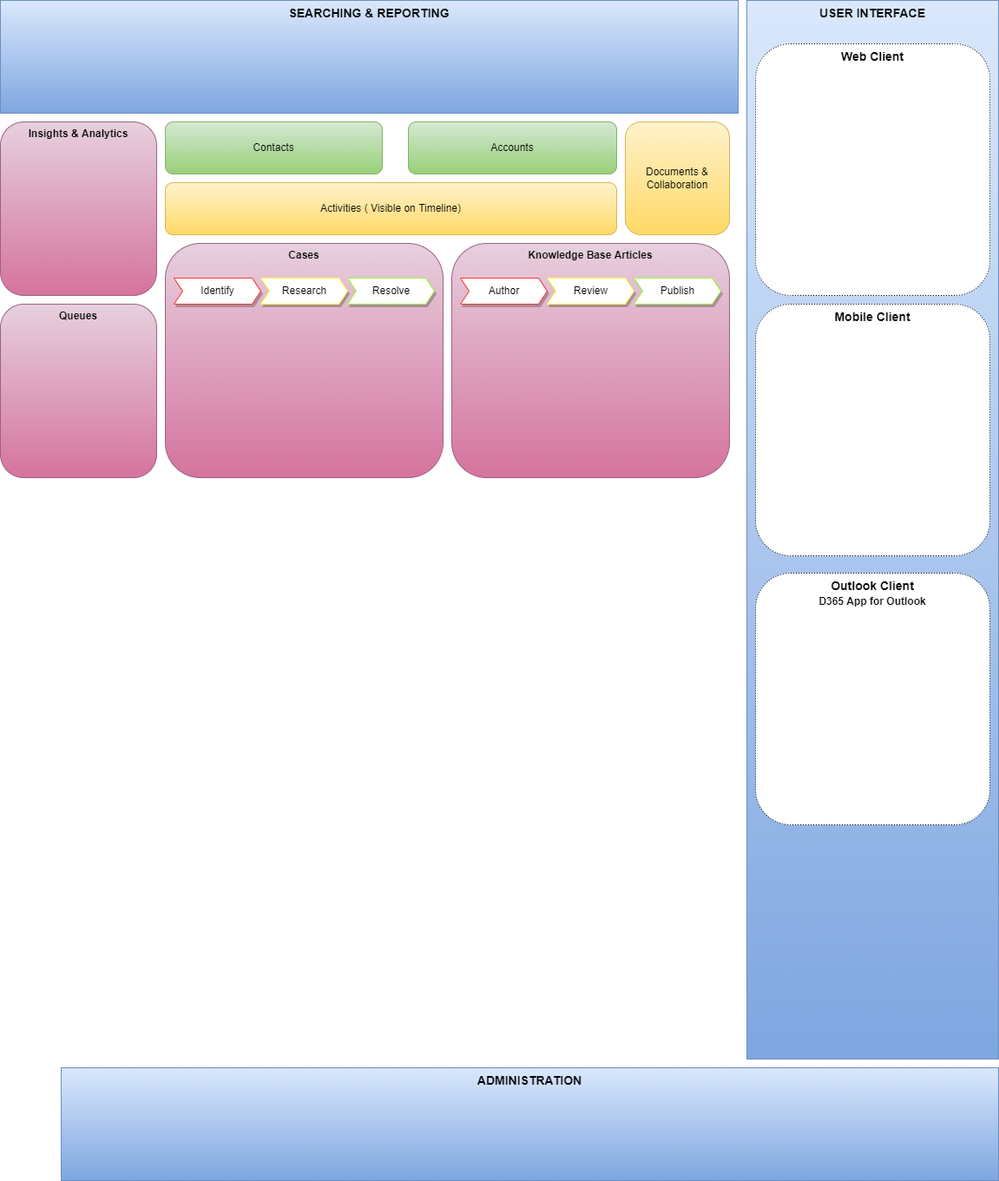
Above: Diagrams/D365CustomerService.drawio.png in 365Proz/365Proz_Resources (draw.io), before the change. Source tidied: cells renumbered, new cells last; positions are measured from the earlier drawing's top-left corner, leaving out a move shared by most shapes.
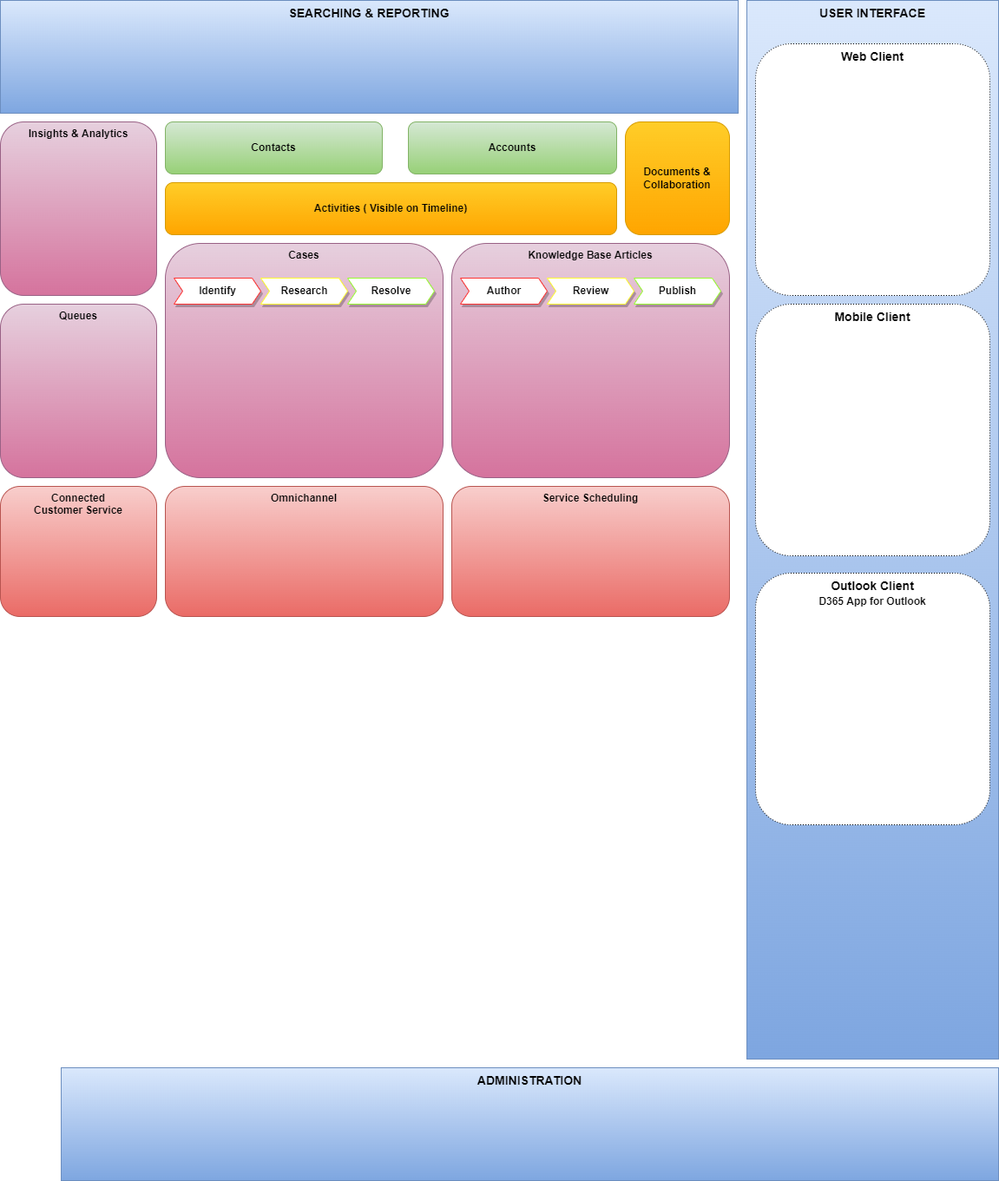
Above is the later version.

Change to the diagram source:
```diff
@@ -21,17 +21,17 @@
       <mxGeometry x="70" y="1230" width="1080" height="130" as="geometry" />
     </mxCell>
     <mxCell id="8" value="Core" parent="0" />
-    <mxCell id="9" value="Contacts" style="rounded=1;whiteSpace=wrap;html=1;shadow=0;glass=0;sketch=0;fontSize=12;fillColor=#d5e8d4;strokeColor=#82b366;gradientColor=#97d077;" parent="8" vertex="1">
+    <mxCell id="9" value="Contacts" style="rounded=1;whiteSpace=wrap;html=1;shadow=0;glass=0;sketch=0;fontSize=12;fillColor=#d5e8d4;strokeColor=#82b366;gradientColor=#97d077;fontStyle=1;" parent="8" vertex="1">
       <mxGeometry x="190" y="140" width="250" height="60" as="geometry" />
     </mxCell>
-    <mxCell id="10" value="Accounts" style="rounded=1;whiteSpace=wrap;html=1;shadow=0;glass=0;sketch=0;fontSize=12;fillColor=#d5e8d4;strokeColor=#82b366;gradientColor=#97d077;" parent="8" vertex="1">
+    <mxCell id="10" value="Accounts" style="rounded=1;whiteSpace=wrap;html=1;shadow=0;glass=0;sketch=0;fontSize=12;fillColor=#d5e8d4;strokeColor=#82b366;gradientColor=#97d077;fontStyle=1;" parent="8" vertex="1">
       <mxGeometry x="470" y="140" width="240" height="60" as="geometry" />
     </mxCell>
     <mxCell id="11" value="Activities &amp; Collaboration" parent="0" />
-    <mxCell id="12" value="Activities ( Visible on Timeline)" style="rounded=1;whiteSpace=wrap;html=1;shadow=0;glass=0;sketch=0;fontSize=12;fillColor=#fff2cc;strokeColor=#d6b656;gradientColor=#ffd966;" parent="11" vertex="1">
+    <mxCell id="12" value="Activities ( Visible on Timeline)" style="rounded=1;whiteSpace=wrap;html=1;shadow=0;glass=0;sketch=0;fontSize=12;fillColor=#ffcd28;strokeColor=#d79b00;gradientColor=#ffa500;fontStyle=1;" parent="11" vertex="1">
       <mxGeometry x="190" y="210" width="520" height="60" as="geometry" />
     </mxCell>
-    <mxCell id="13" value="Documents &amp;amp; Collaboration" style="rounded=1;whiteSpace=wrap;html=1;shadow=0;glass=0;sketch=0;fontSize=12;fillColor=#fff2cc;strokeColor=#d6b656;gradientColor=#ffd966;" parent="11" vertex="1">
+    <mxCell id="13" value="Documents &amp;amp; Collaboration" style="rounded=1;whiteSpace=wrap;html=1;shadow=0;glass=0;sketch=0;fontSize=12;fillColor=#ffcd28;strokeColor=#d79b00;gradientColor=#ffa500;fontStyle=1;" parent="11" vertex="1">
       <mxGeometry x="720" y="140" width="120" height="130" as="geometry" />
     </mxCell>
     <mxCell id="14" value="Customer Service Features" parent="0" />
@@ -47,23 +47,33 @@
     <mxCell id="18" value="Knowledge Base Articles" style="rounded=1;whiteSpace=wrap;html=1;shadow=0;glass=0;sketch=0;fontSize=12;verticalAlign=top;fontStyle=1;fillColor=#e6d0de;strokeColor=#996185;gradientColor=#d5739d;" parent="14" vertex="1">
       <mxGeometry x="520" y="280" width="320" height="270" as="geometry" />
     </mxCell>
-    <mxCell id="19" value="Identify" style="html=1;shadow=1;dashed=0;align=center;verticalAlign=middle;shape=mxgraph.arrows2.arrow;dy=0;dx=10;notch=10;glass=0;sketch=0;fontSize=12;gradientColor=none;strokeColor=#FF3333;" parent="14" vertex="1">
+    <mxCell id="19" value="Identify" style="html=1;shadow=1;dashed=0;align=center;verticalAlign=middle;shape=mxgraph.arrows2.arrow;dy=0;dx=10;notch=10;glass=0;sketch=0;fontSize=12;gradientColor=none;strokeColor=#FF3333;fontStyle=1;" parent="14" vertex="1">
       <mxGeometry x="200" y="320" width="100" height="30" as="geometry" />
     </mxCell>
-    <mxCell id="20" value="Research" style="html=1;shadow=1;dashed=0;align=center;verticalAlign=middle;shape=mxgraph.arrows2.arrow;dy=0;dx=10;notch=10;glass=0;sketch=0;fontSize=12;gradientColor=none;strokeColor=#FFFF33;" parent="14" vertex="1">
+    <mxCell id="20" value="Research" style="html=1;shadow=1;dashed=0;align=center;verticalAlign=middle;shape=mxgraph.arrows2.arrow;dy=0;dx=10;notch=10;glass=0;sketch=0;fontSize=12;gradientColor=none;strokeColor=#FFFF33;fontStyle=1;" parent="14" vertex="1">
       <mxGeometry x="300" y="320" width="100" height="30" as="geometry" />
     </mxCell>
-    <mxCell id="21" value="Resolve" style="html=1;shadow=1;dashed=0;align=center;verticalAlign=middle;shape=mxgraph.arrows2.arrow;dy=0;dx=10;notch=10;glass=0;sketch=0;fontSize=12;gradientColor=none;strokeColor=#99FF33;" parent="14" vertex="1">
+    <mxCell id="21" value="Resolve" style="html=1;shadow=1;dashed=0;align=center;verticalAlign=middle;shape=mxgraph.arrows2.arrow;dy=0;dx=10;notch=10;glass=0;sketch=0;fontSize=12;gradientColor=none;strokeColor=#99FF33;fontStyle=1;" parent="14" vertex="1">
       <mxGeometry x="400" y="320" width="100" height="30" as="geometry" />
     </mxCell>
-    <mxCell id="22" value="Author" style="html=1;shadow=1;dashed=0;align=center;verticalAlign=middle;shape=mxgraph.arrows2.arrow;dy=0;dx=10;notch=10;glass=0;sketch=0;fontSize=12;gradientColor=none;strokeColor=#FF3333;" parent="14" vertex="1">
+    <mxCell id="22" value="Author" style="html=1;shadow=1;dashed=0;align=center;verticalAlign=middle;shape=mxgraph.arrows2.arrow;dy=0;dx=10;notch=10;glass=0;sketch=0;fontSize=12;gradientColor=none;strokeColor=#FF3333;fontStyle=1;" parent="14" vertex="1">
       <mxGeometry x="530" y="320" width="100" height="30" as="geometry" />
     </mxCell>
-    <mxCell id="23" value="Review" style="html=1;shadow=1;dashed=0;align=center;verticalAlign=middle;shape=mxgraph.arrows2.arrow;dy=0;dx=10;notch=10;glass=0;sketch=0;fontSize=12;gradientColor=none;strokeColor=#FFFF33;" parent="14" vertex="1">
+    <mxCell id="23" value="Review" style="html=1;shadow=1;dashed=0;align=center;verticalAlign=middle;shape=mxgraph.arrows2.arrow;dy=0;dx=10;notch=10;glass=0;sketch=0;fontSize=12;gradientColor=none;strokeColor=#FFFF33;fontStyle=1;" parent="14" vertex="1">
       <mxGeometry x="630" y="320" width="100" height="30" as="geometry" />
     </mxCell>
-    <mxCell id="24" value="Publish" style="html=1;shadow=1;dashed=0;align=center;verticalAlign=middle;shape=mxgraph.arrows2.arrow;dy=0;dx=10;notch=10;glass=0;sketch=0;fontSize=12;gradientColor=none;strokeColor=#99FF33;" parent="14" vertex="1">
+    <mxCell id="24" value="Publish" style="html=1;shadow=1;dashed=0;align=center;verticalAlign=middle;shape=mxgraph.arrows2.arrow;dy=0;dx=10;notch=10;glass=0;sketch=0;fontSize=12;gradientColor=none;strokeColor=#99FF33;fontStyle=1;" parent="14" vertex="1">
       <mxGeometry x="730" y="320" width="100" height="30" as="geometry" />
     </mxCell>
+    <mxCell id="25" value="Additional Applications" parent="0" />
+    <mxCell id="26" value="Connected&lt;br&gt;Customer Service" style="rounded=1;whiteSpace=wrap;html=1;shadow=0;glass=0;sketch=0;fontSize=12;verticalAlign=top;fontStyle=1;fillColor=#f8cecc;strokeColor=#b85450;gradientColor=#ea6b66;" parent="25" vertex="1">
+      <mxGeometry y="560" width="180" height="150" as="geometry" />
+    </mxCell>
+    <mxCell id="27" value="Omnichannel" style="rounded=1;whiteSpace=wrap;html=1;shadow=0;glass=0;sketch=0;fontSize=12;verticalAlign=top;fontStyle=1;fillColor=#f8cecc;strokeColor=#b85450;gradientColor=#ea6b66;" parent="25" vertex="1">
+      <mxGeometry x="190" y="560" width="320" height="150" as="geometry" />
+    </mxCell>
+    <mxCell id="28" value="Service Scheduling" style="rounded=1;whiteSpace=wrap;html=1;shadow=0;glass=0;sketch=0;fontSize=12;verticalAlign=top;fontStyle=1;fillColor=#f8cecc;strokeColor=#b85450;gradientColor=#ea6b66;" parent="25" vertex="1">
+      <mxGeometry x="520" y="560" width="320" height="150" as="geometry" />
+    </mxCell>
   </root>
 </mxGraphModel>
```
